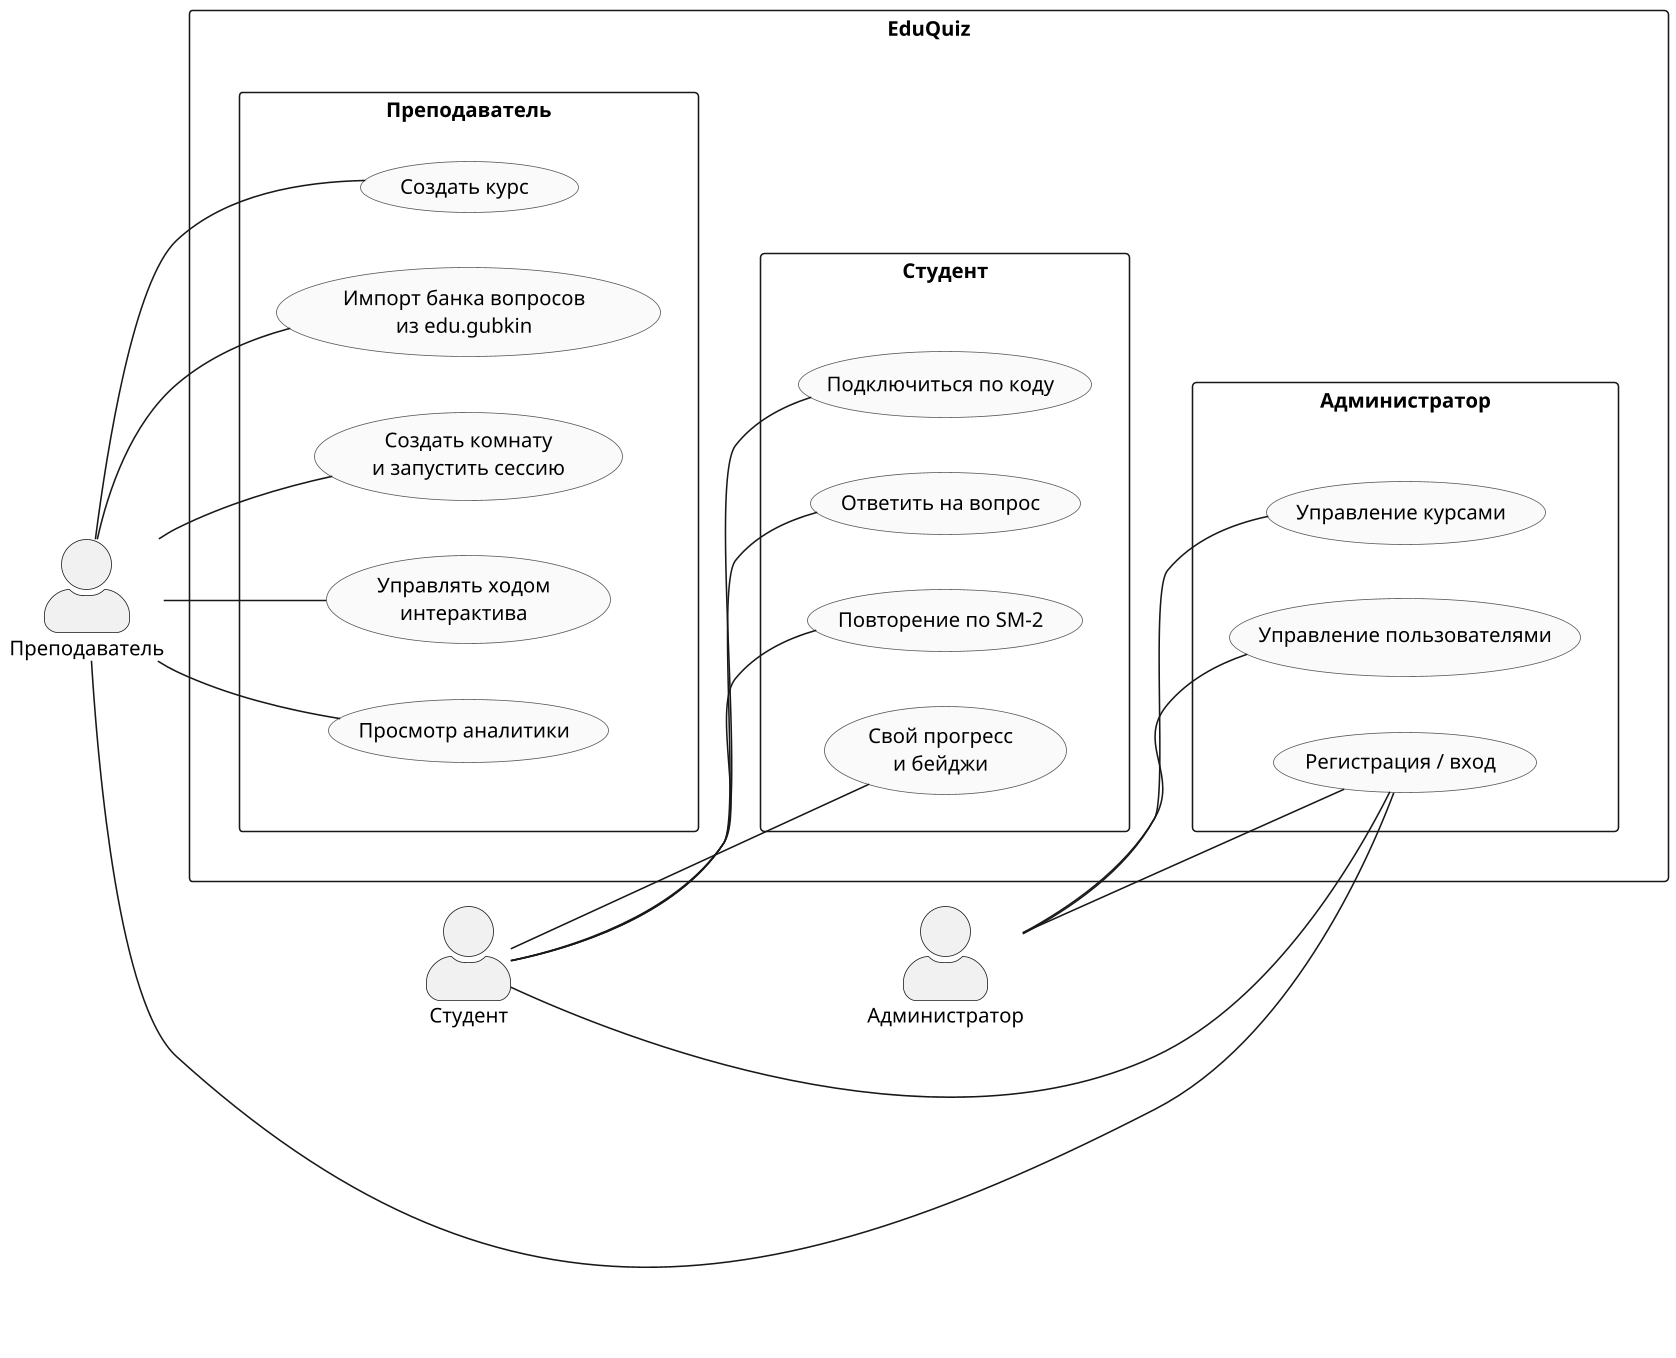
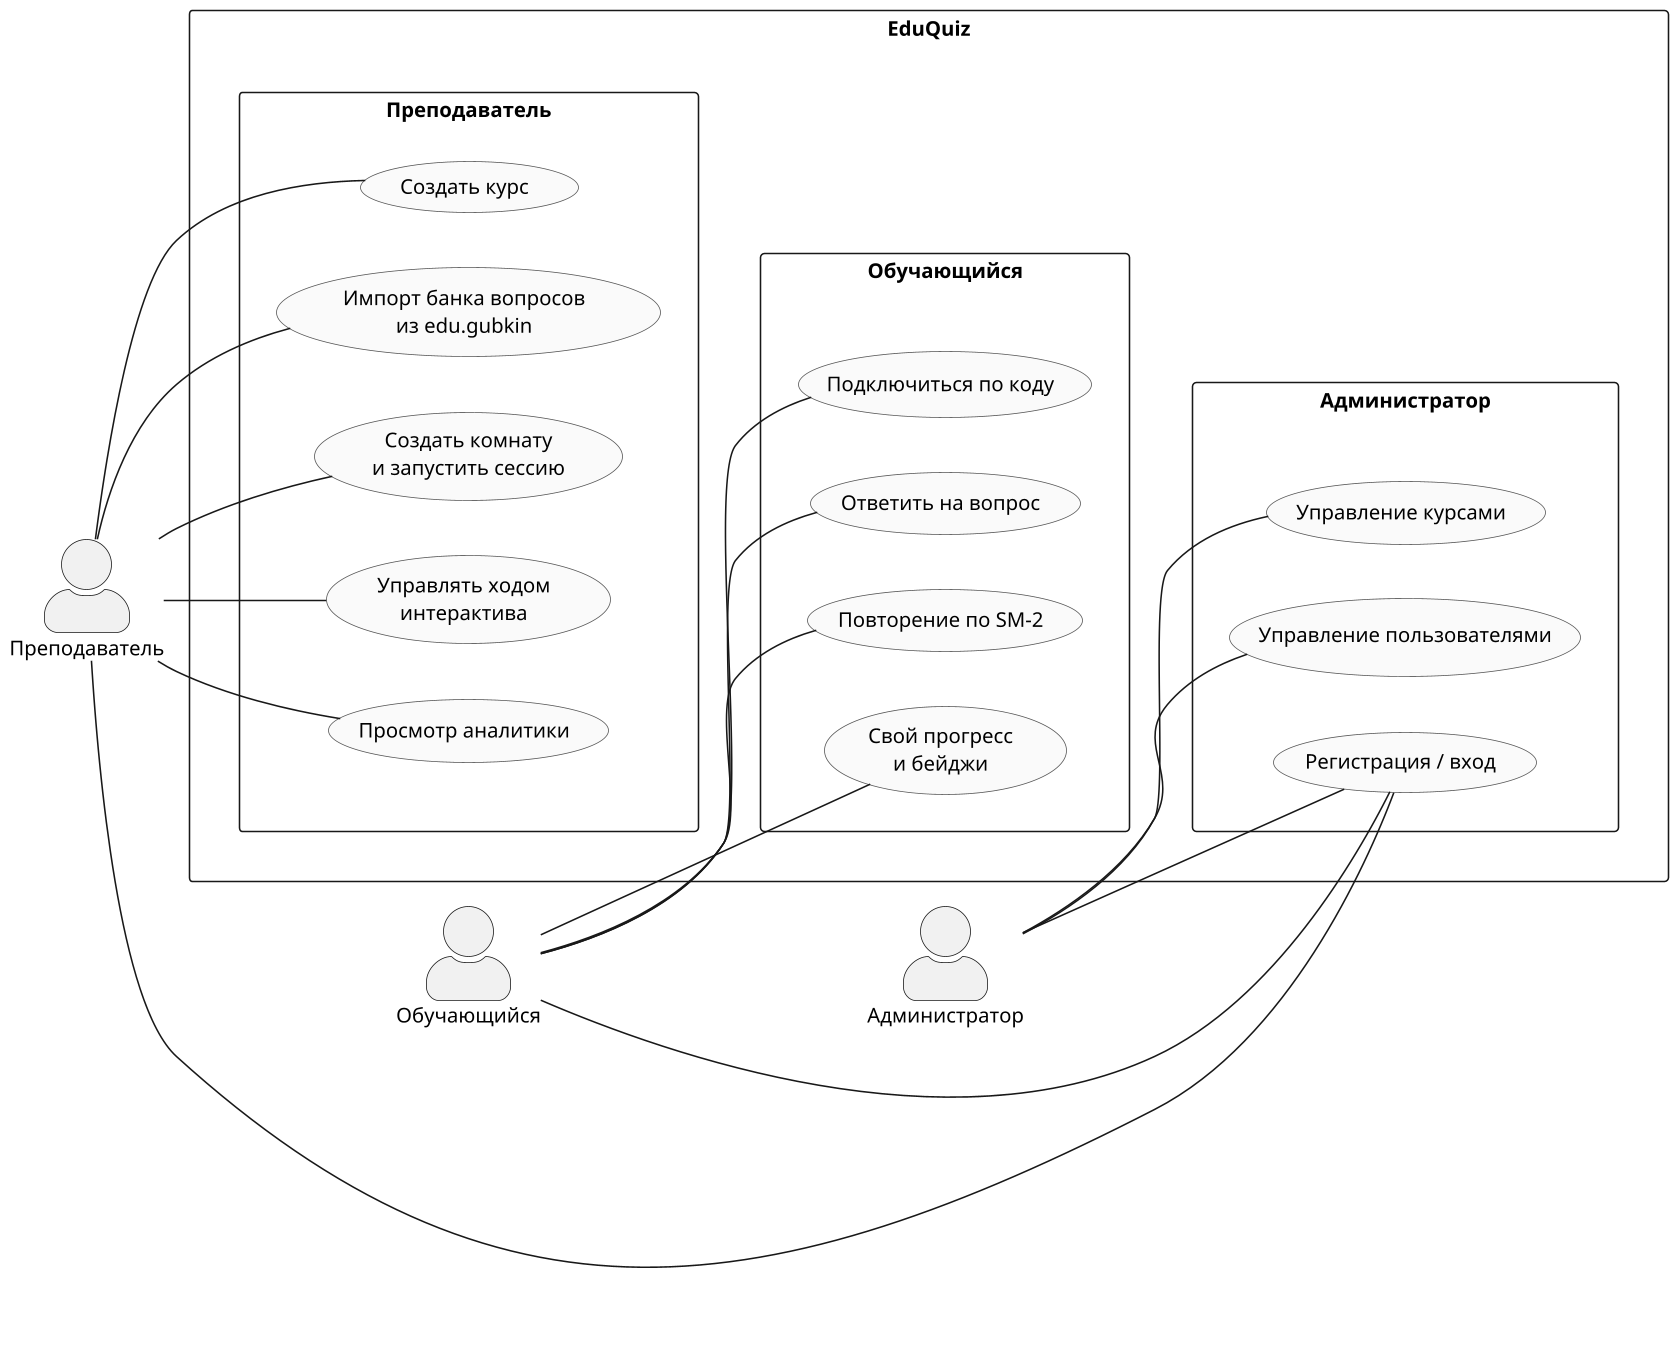
@startuml usecase
skinparam packageStyle rectangle
skinparam shadowing false
skinparam defaultFontName "Times New Roman"
skinparam defaultFontSize 13
skinparam ActorStyle awesome
skinparam dpi 150
skinparam usecase {
    BackgroundColor #FAFAFA
    BorderColor #555
}
left to right direction

' Портретная компоновка под A4: актёры столбцом слева, use cases —
' тремя вертикальными группами в EduQuiz справа. Скрытые связи между
' актёрами и между пакетами заставляют PlantUML укладывать их сверху вниз.

actor "Преподаватель"  as Teacher
- actor "Студент"        as Student
+ actor "Обучающийся"        as Student
actor "Администратор"  as Admin

Teacher -[hidden]down- Student
Student -[hidden]down- Admin

rectangle "EduQuiz" {
    package "Преподаватель" as PT {
        usecase "Создать курс"                            as UC_CreateCourse
        usecase "Импорт банка вопросов\nиз edu.gubkin"    as UC_ImportBank
        usecase "Создать комнату\nи запустить сессию"     as UC_RunSession
        usecase "Управлять ходом\nинтерактива"            as UC_ControlSession
        usecase "Просмотр аналитики"                      as UC_Analytics
    }

-     package "Студент" as PS {
+     package "Обучающийся" as PS {
        usecase "Подключиться по коду"        as UC_Join
        usecase "Ответить на вопрос"          as UC_Answer
        usecase "Повторение по SM-2"          as UC_Review
        usecase "Свой прогресс\nи бейджи"     as UC_Progress
    }

    package "Администратор" as PA {
        usecase "Регистрация / вход"          as UC_Login
        usecase "Управление пользователями"   as UC_ManageUsers
        usecase "Управление курсами"          as UC_ManageCourses
    }

    PT -[hidden]down- PS
    PS -[hidden]down- PA
}

Teacher -- UC_CreateCourse
Teacher -- UC_ImportBank
Teacher -- UC_RunSession
Teacher -- UC_ControlSession
Teacher -- UC_Analytics
Teacher -- UC_Login

Student -- UC_Login
Student -- UC_Join
Student -- UC_Answer
Student -- UC_Review
Student -- UC_Progress

Admin -- UC_Login
Admin -- UC_ManageUsers
Admin -- UC_ManageCourses

@enduml
